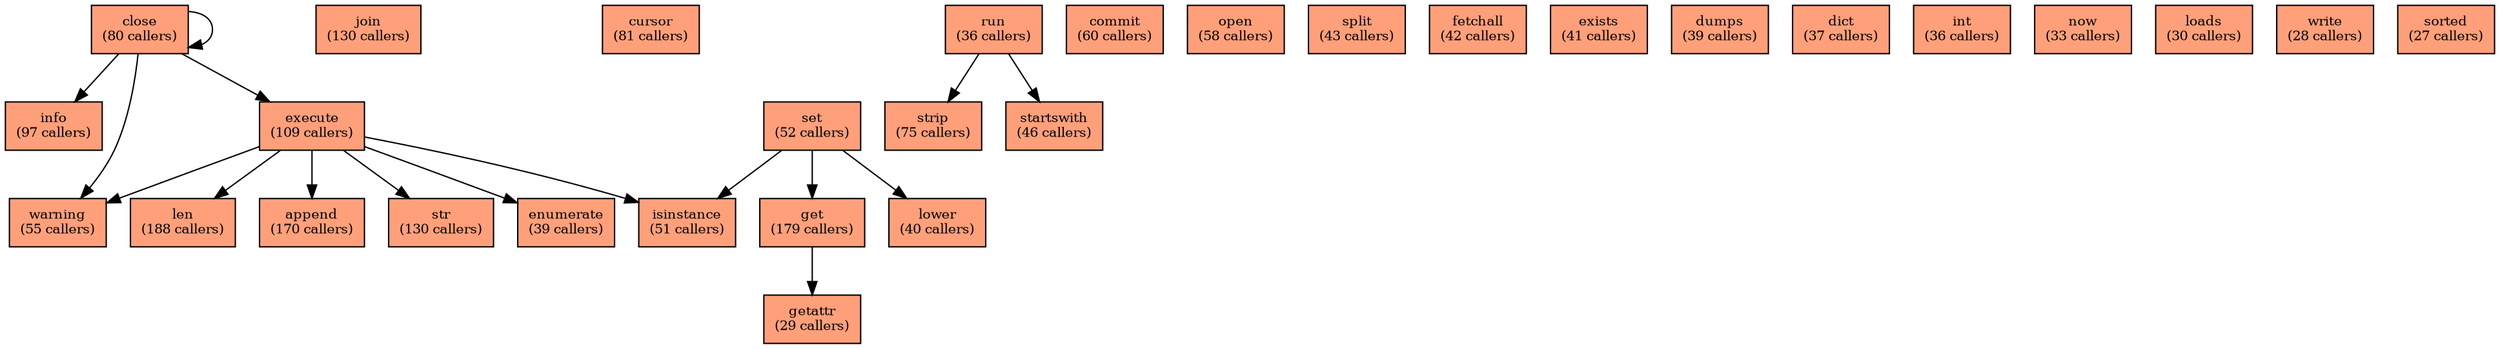
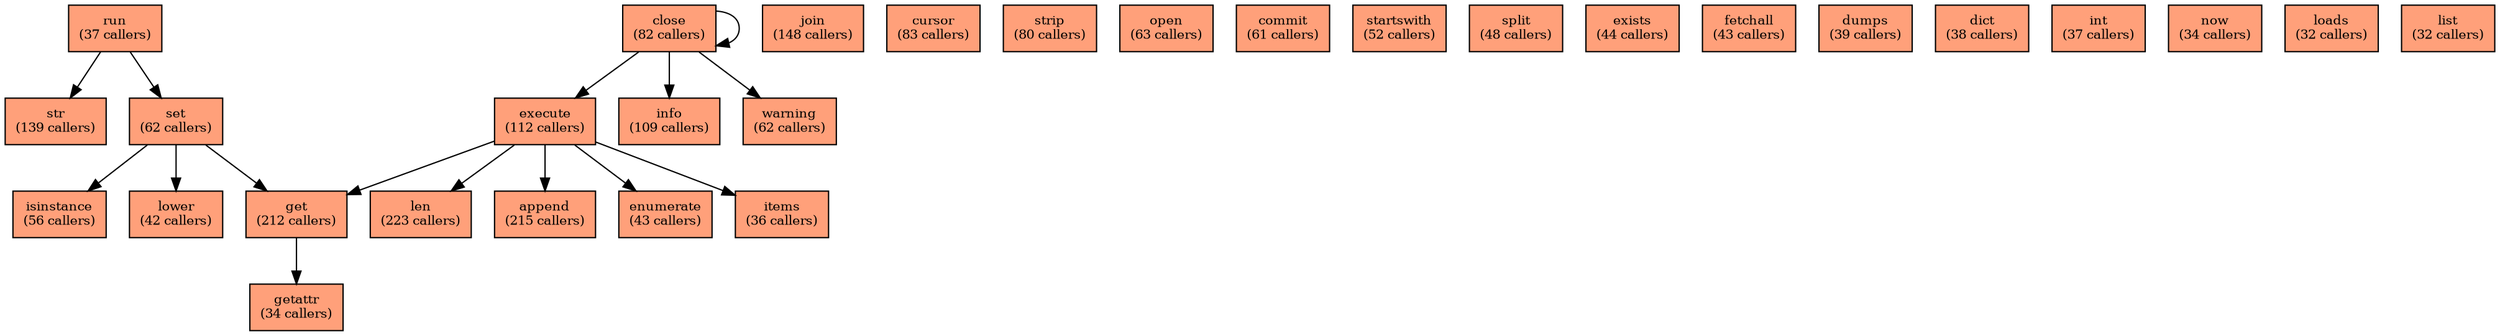
digraph G {
  rankdir=TB;
  node [shape=box, style=filled, fillcolor=lightyellow, fontsize=10];
-   n0 [label="len\n(188 callers)" fillcolor=lightsalmon];
-   n1 [label="get\n(179 callers)" fillcolor=lightsalmon];
-   n2 [label="append\n(170 callers)" fillcolor=lightsalmon];
-   n3 [label="join\n(130 callers)" fillcolor=lightsalmon];
-   n4 [label="str\n(130 callers)" fillcolor=lightsalmon];
-   n5 [label="execute\n(109 callers)" fillcolor=lightsalmon];
-   n6 [label="info\n(97 callers)" fillcolor=lightsalmon];
-   n7 [label="cursor\n(81 callers)" fillcolor=lightsalmon];
-   n8 [label="close\n(80 callers)" fillcolor=lightsalmon];
-   n9 [label="strip\n(75 callers)" fillcolor=lightsalmon];
-   n10 [label="commit\n(60 callers)" fillcolor=lightsalmon];
-   n11 [label="open\n(58 callers)" fillcolor=lightsalmon];
-   n12 [label="warning\n(55 callers)" fillcolor=lightsalmon];
-   n13 [label="set\n(52 callers)" fillcolor=lightsalmon];
-   n14 [label="isinstance\n(51 callers)" fillcolor=lightsalmon];
-   n15 [label="startswith\n(46 callers)" fillcolor=lightsalmon];
-   n16 [label="split\n(43 callers)" fillcolor=lightsalmon];
-   n17 [label="fetchall\n(42 callers)" fillcolor=lightsalmon];
-   n18 [label="exists\n(41 callers)" fillcolor=lightsalmon];
-   n19 [label="lower\n(40 callers)" fillcolor=lightsalmon];
-   n20 [label="enumerate\n(39 callers)" fillcolor=lightsalmon];
+   n0 [label="len\n(223 callers)" fillcolor=lightsalmon];
+   n1 [label="append\n(215 callers)" fillcolor=lightsalmon];
+   n2 [label="get\n(212 callers)" fillcolor=lightsalmon];
+   n3 [label="join\n(148 callers)" fillcolor=lightsalmon];
+   n4 [label="str\n(139 callers)" fillcolor=lightsalmon];
+   n5 [label="execute\n(112 callers)" fillcolor=lightsalmon];
+   n6 [label="info\n(109 callers)" fillcolor=lightsalmon];
+   n7 [label="cursor\n(83 callers)" fillcolor=lightsalmon];
+   n8 [label="close\n(82 callers)" fillcolor=lightsalmon];
+   n9 [label="strip\n(80 callers)" fillcolor=lightsalmon];
+   n10 [label="open\n(63 callers)" fillcolor=lightsalmon];
+   n11 [label="warning\n(62 callers)" fillcolor=lightsalmon];
+   n12 [label="set\n(62 callers)" fillcolor=lightsalmon];
+   n13 [label="commit\n(61 callers)" fillcolor=lightsalmon];
+   n14 [label="isinstance\n(56 callers)" fillcolor=lightsalmon];
+   n15 [label="startswith\n(52 callers)" fillcolor=lightsalmon];
+   n16 [label="split\n(48 callers)" fillcolor=lightsalmon];
+   n17 [label="exists\n(44 callers)" fillcolor=lightsalmon];
+   n18 [label="fetchall\n(43 callers)" fillcolor=lightsalmon];
+   n19 [label="enumerate\n(43 callers)" fillcolor=lightsalmon];
+   n20 [label="lower\n(42 callers)" fillcolor=lightsalmon];
  n21 [label="dumps\n(39 callers)" fillcolor=lightsalmon];
-   n22 [label="dict\n(37 callers)" fillcolor=lightsalmon];
-   n23 [label="run\n(36 callers)" fillcolor=lightsalmon];
-   n24 [label="int\n(36 callers)" fillcolor=lightsalmon];
-   n25 [label="now\n(33 callers)" fillcolor=lightsalmon];
-   n26 [label="loads\n(30 callers)" fillcolor=lightsalmon];
-   n27 [label="getattr\n(29 callers)" fillcolor=lightsalmon];
-   n28 [label="write\n(28 callers)" fillcolor=lightsalmon];
-   n29 [label="sorted\n(27 callers)" fillcolor=lightsalmon];
-   n23 -> n15;
-   n23 -> n9;
+   n22 [label="dict\n(38 callers)" fillcolor=lightsalmon];
+   n23 [label="int\n(37 callers)" fillcolor=lightsalmon];
+   n24 [label="run\n(37 callers)" fillcolor=lightsalmon];
+   n25 [label="items\n(36 callers)" fillcolor=lightsalmon];
+   n26 [label="getattr\n(34 callers)" fillcolor=lightsalmon];
+   n27 [label="now\n(34 callers)" fillcolor=lightsalmon];
+   n28 [label="loads\n(32 callers)" fillcolor=lightsalmon];
+   n29 [label="list\n(32 callers)" fillcolor=lightsalmon];
+   n24 -> n12;
+   n24 -> n4;
  n8 -> n8;
  n8 -> n5;
  n8 -> n6;
-   n8 -> n12;
-   n1 -> n27;
-   n13 -> n1;
-   n13 -> n14;
-   n13 -> n19;
+   n8 -> n11;
+   n2 -> n26;
+   n12 -> n2;
+   n12 -> n14;
+   n12 -> n20;
+   n5 -> n1;
+   n5 -> n19;
  n5 -> n2;
-   n5 -> n20;
-   n5 -> n14;
+   n5 -> n25;
  n5 -> n0;
-   n5 -> n4;
-   n5 -> n12;
}